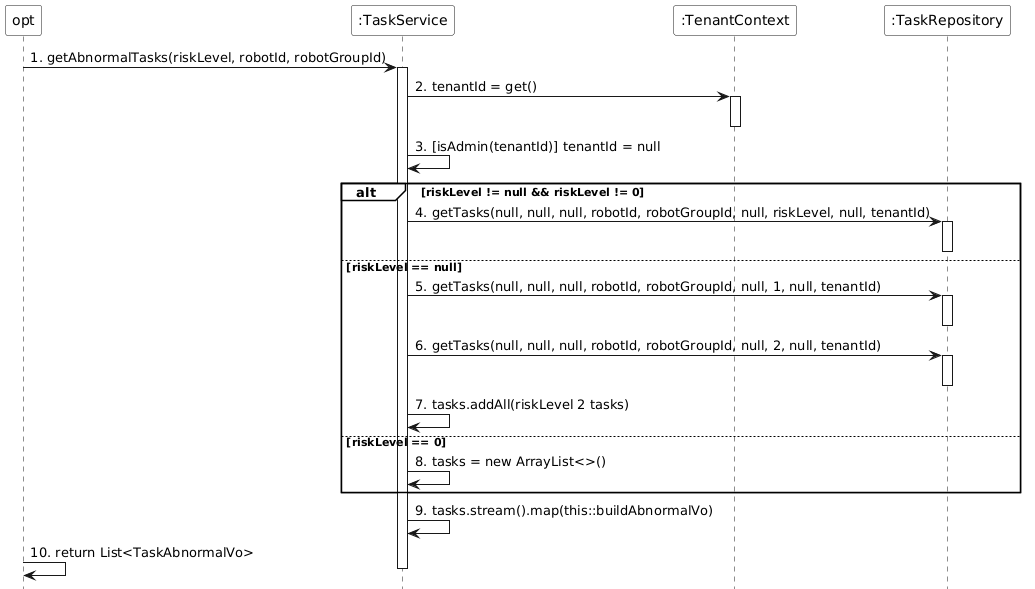
Above: doc/taskmgt/png/sequence/getAbnormalListSequence.png in laborday922/RobotBackendManagementSystem (PlantUML), before the change. The source it was exported from:
```plantuml
@startuml
skinparam monochrome true
skinparam backgroundColor transparent
skinparam participantBackgroundColor white
skinparam noteBackgroundColor white
skinparam noteBorderColor Black
hide footbox
skinparam sequenceGroupBackgroundColor White
skinparam sequenceGroupBodyBackgroundColor White

participant "opt" as opt
participant ":TaskService" as TaskService
participant ":TenantContext" as TenantContext
participant ":TaskRepository" as TaskRepository

opt -> TaskService : 1. getAbnormalTasks(riskLevel, robotId, robotGroupId)
activate TaskService

TaskService -> TenantContext : 2. tenantId = get()
activate TenantContext
deactivate TenantContext
TaskService -> TaskService : 3. [isAdmin(tenantId)] tenantId = null

alt riskLevel != null && riskLevel != 0
    TaskService -> TaskRepository : 4. getTasks(null, null, null, robotId, robotGroupId, null, riskLevel, null, tenantId)
    activate TaskRepository
    deactivate TaskRepository
else riskLevel == null
    TaskService -> TaskRepository : 5. getTasks(null, null, null, robotId, robotGroupId, null, 1, null, tenantId)
    activate TaskRepository
    deactivate TaskRepository
    TaskService -> TaskRepository : 6. getTasks(null, null, null, robotId, robotGroupId, null, 2, null, tenantId)
    activate TaskRepository
    deactivate TaskRepository
    TaskService -> TaskService : 7. tasks.addAll(riskLevel 2 tasks)
else riskLevel == 0
    TaskService -> TaskService : 8. tasks = new ArrayList<>()
end

TaskService -> TaskService : 9. tasks.stream().map(this::buildAbnormalVo)

opt -> opt : 10. return List<TaskAbnormalVo>

deactivate TaskService
@enduml
```
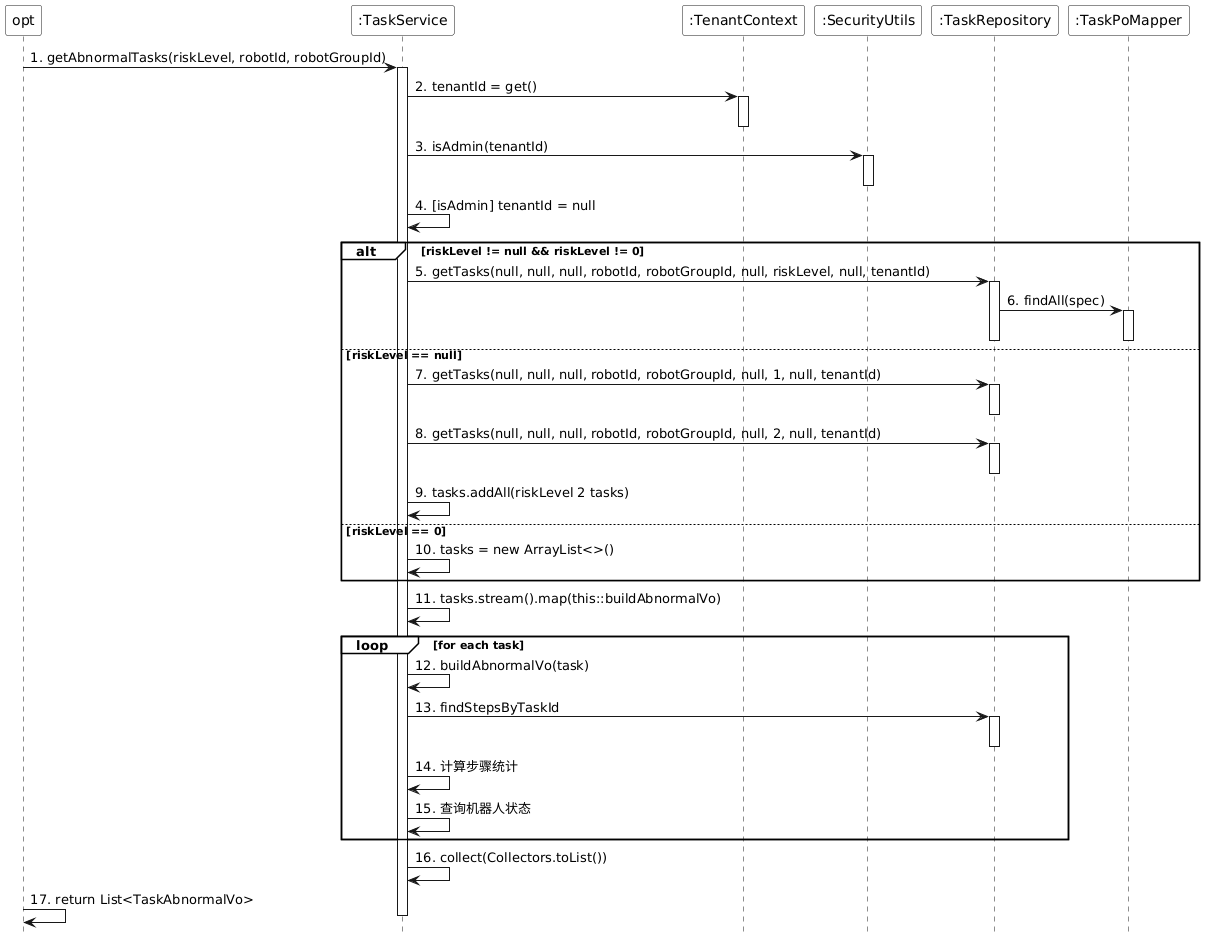
Above is the later version.

What changed in the source:
```diff
@@ -11,7 +11,9 @@
 participant "opt" as opt
 participant ":TaskService" as TaskService
 participant ":TenantContext" as TenantContext
+participant ":SecurityUtils" as SecurityUtils
 participant ":TaskRepository" as TaskRepository
+participant ":TaskPoMapper" as TaskPoMapper
 
 opt -> TaskService : 1. getAbnormalTasks(riskLevel, robotId, robotGroupId)
 activate TaskService
@@ -19,27 +21,43 @@
 TaskService -> TenantContext : 2. tenantId = get()
 activate TenantContext
 deactivate TenantContext
-TaskService -> TaskService : 3. [isAdmin(tenantId)] tenantId = null
+TaskService -> SecurityUtils : 3. isAdmin(tenantId)
+activate SecurityUtils
+deactivate SecurityUtils
+TaskService -> TaskService : 4. [isAdmin] tenantId = null
 
 alt riskLevel != null && riskLevel != 0
-    TaskService -> TaskRepository : 4. getTasks(null, null, null, robotId, robotGroupId, null, riskLevel, null, tenantId)
+    TaskService -> TaskRepository : 5. getTasks(null, null, null, robotId, robotGroupId, null, riskLevel, null, tenantId)
+    activate TaskRepository
+    TaskRepository -> TaskPoMapper : 6. findAll(spec)
+    activate TaskPoMapper
+    deactivate TaskPoMapper
+    deactivate TaskRepository
+else riskLevel == null
+    TaskService -> TaskRepository : 7. getTasks(null, null, null, robotId, robotGroupId, null, 1, null, tenantId)
     activate TaskRepository
     deactivate TaskRepository
-else riskLevel == null
-    TaskService -> TaskRepository : 5. getTasks(null, null, null, robotId, robotGroupId, null, 1, null, tenantId)
+    TaskService -> TaskRepository : 8. getTasks(null, null, null, robotId, robotGroupId, null, 2, null, tenantId)
     activate TaskRepository
     deactivate TaskRepository
-    TaskService -> TaskRepository : 6. getTasks(null, null, null, robotId, robotGroupId, null, 2, null, tenantId)
+    TaskService -> TaskService : 9. tasks.addAll(riskLevel 2 tasks)
+else riskLevel == 0
+    TaskService -> TaskService : 10. tasks = new ArrayList<>()
+end
+
+TaskService -> TaskService : 11. tasks.stream().map(this::buildAbnormalVo)
+
+loop for each task
+    TaskService -> TaskService : 12. buildAbnormalVo(task)
+    TaskService -> TaskRepository : 13. findStepsByTaskId
     activate TaskRepository
     deactivate TaskRepository
-    TaskService -> TaskService : 7. tasks.addAll(riskLevel 2 tasks)
-else riskLevel == 0
-    TaskService -> TaskService : 8. tasks = new ArrayList<>()
+    TaskService -> TaskService : 14. 计算步骤统计
+    TaskService -> TaskService : 15. 查询机器人状态
 end
 
-TaskService -> TaskService : 9. tasks.stream().map(this::buildAbnormalVo)
+TaskService -> TaskService : 16. collect(Collectors.toList())
 
-opt -> opt : 10. return List<TaskAbnormalVo>
-
+opt -> opt : 17. return List<TaskAbnormalVo>
 deactivate TaskService
 @enduml
```
